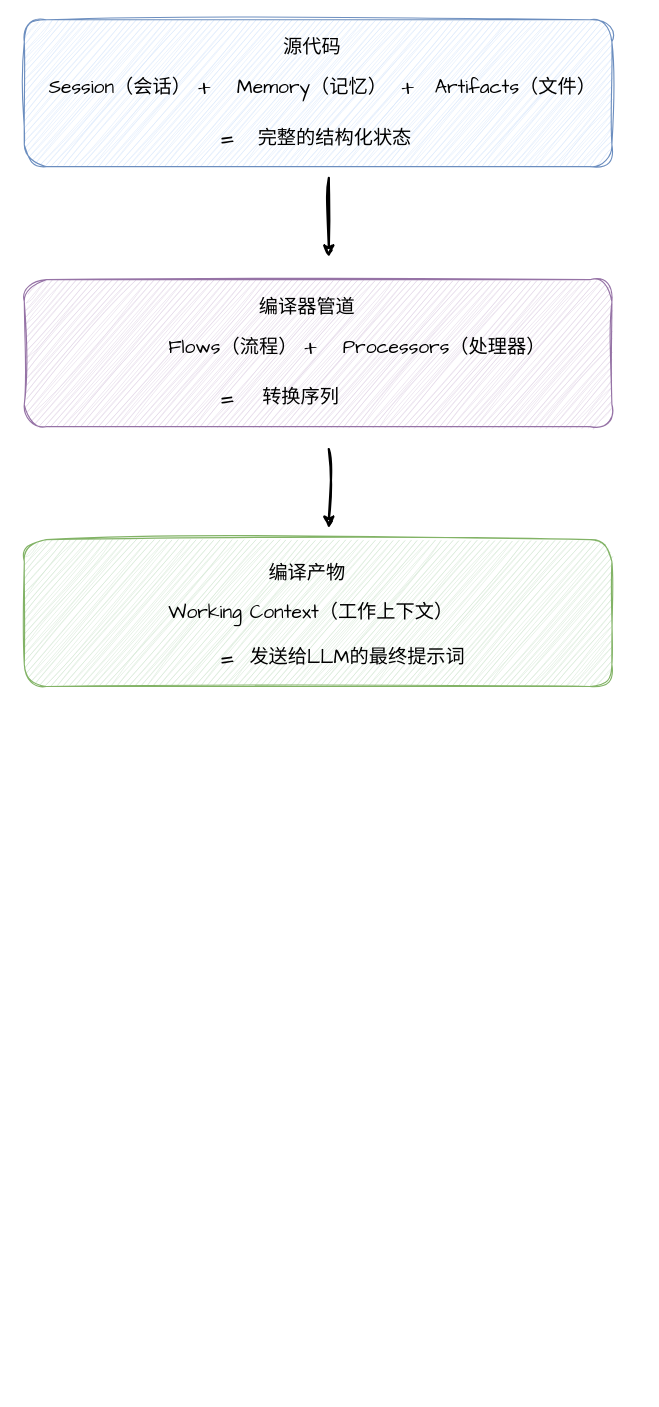
skindhu/9GAG keeps this draw.io diagram as adk.drawio. Above is the earlier version. Source tidied: cells renumbered, new cells numbered last; positions are measured from the earlier drawing's top-left corner, leaving out a move shared by most shapes. Both pictures are drawn from the tidied source at 113%, with x=0, y=0 at pixel (24, 19).
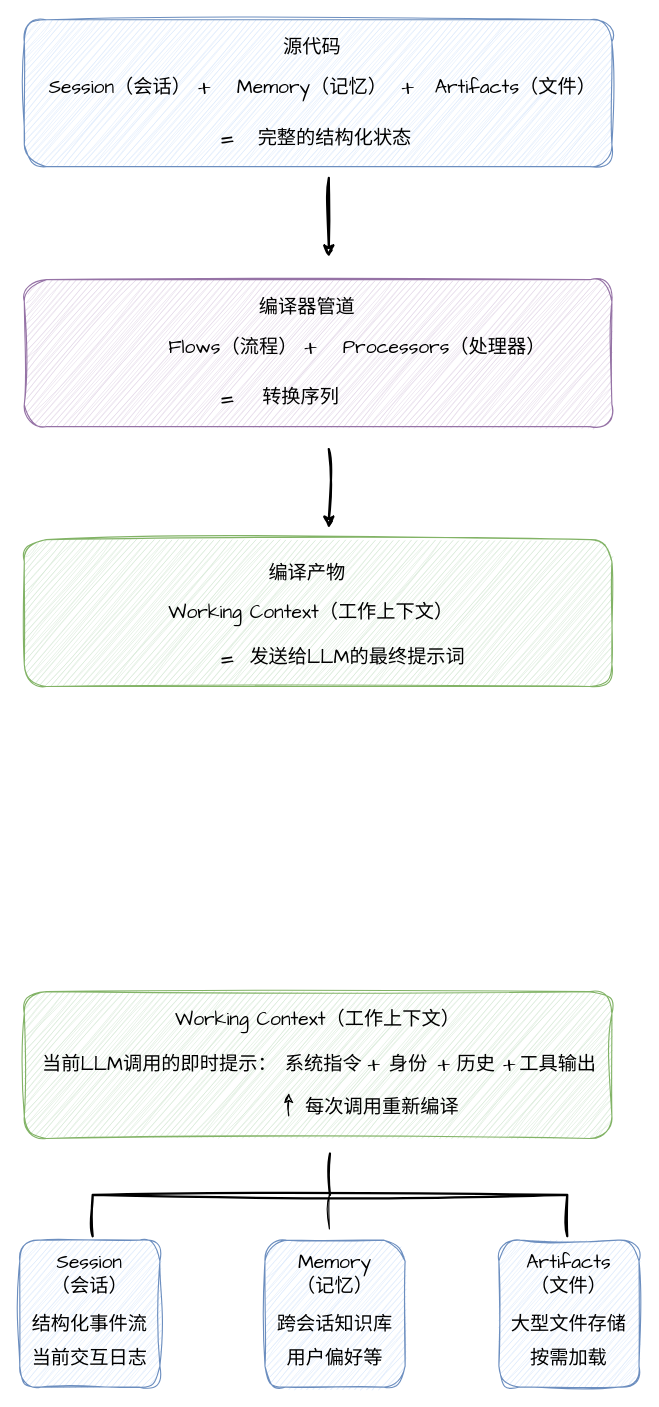
After the change.

What changed in the source:
```diff
@@
+    <mxCell id="25" style="rounded=1;whiteSpace=wrap;html=1;sketch=1;hachureGap=4;jiggle=2;curveFitting=1;fontFamily=Architects Daughter;fillColor=#d5e8d4;strokeColor=#82b366;" parent="1" vertex="1">
+      <mxGeometry y="860" width="520" height="130" as="geometry" />
+    </mxCell>
+    <mxCell id="26" value="Working Context（工作上下文）" style="text;html=1;whiteSpace=wrap;strokeColor=none;fillColor=none;align=center;verticalAlign=middle;rounded=0;fontFamily=Architects Daughter;fontSize=17;" parent="1" vertex="1">
+      <mxGeometry x="122" y="870" width="276" height="30" as="geometry" />
+    </mxCell>
+    <mxCell id="27" value="当前LLM调用的即时提示：" style="text;html=1;whiteSpace=wrap;strokeColor=none;fillColor=none;align=center;verticalAlign=middle;rounded=0;fontFamily=Architects Daughter;fontSize=17;" parent="1" vertex="1">
+      <mxGeometry x="15" y="910" width="210" height="30" as="geometry" />
+    </mxCell>
+    <mxCell id="28" value="系统指令" style="text;html=1;whiteSpace=wrap;strokeColor=none;fillColor=none;align=center;verticalAlign=middle;rounded=0;fontFamily=Architects Daughter;fontSize=17;" parent="1" vertex="1">
+      <mxGeometry x="225" y="910" width="80" height="30" as="geometry" />
+    </mxCell>
+    <mxCell id="29" value="+" style="text;html=1;whiteSpace=wrap;strokeColor=none;fillColor=none;align=center;verticalAlign=middle;rounded=0;fontFamily=Architects Daughter;fontSize=22;" parent="1" vertex="1">
+      <mxGeometry x="290" y="910" width="40" height="30" as="geometry" />
+    </mxCell>
+    <mxCell id="30" value="身份" style="text;html=1;whiteSpace=wrap;strokeColor=none;fillColor=none;align=center;verticalAlign=middle;rounded=0;fontFamily=Architects Daughter;fontSize=17;" parent="1" vertex="1">
+      <mxGeometry x="320" y="910" width="40" height="30" as="geometry" />
+    </mxCell>
+    <mxCell id="31" value="+" style="text;html=1;whiteSpace=wrap;strokeColor=none;fillColor=none;align=center;verticalAlign=middle;rounded=0;fontFamily=Architects Daughter;fontSize=22;" parent="1" vertex="1">
+      <mxGeometry x="352" y="910" width="40" height="30" as="geometry" />
+    </mxCell>
+    <mxCell id="32" value="历史" style="text;html=1;whiteSpace=wrap;strokeColor=none;fillColor=none;align=center;verticalAlign=middle;rounded=0;fontFamily=Architects Daughter;fontSize=17;" parent="1" vertex="1">
+      <mxGeometry x="380" y="910" width="40" height="30" as="geometry" />
+    </mxCell>
+    <mxCell id="33" value="+" style="text;html=1;whiteSpace=wrap;strokeColor=none;fillColor=none;align=center;verticalAlign=middle;rounded=0;fontFamily=Architects Daughter;fontSize=22;" parent="1" vertex="1">
+      <mxGeometry x="410" y="910" width="40" height="30" as="geometry" />
+    </mxCell>
+    <mxCell id="34" value="工具输出" style="text;html=1;whiteSpace=wrap;strokeColor=none;fillColor=none;align=center;verticalAlign=middle;rounded=0;fontFamily=Architects Daughter;fontSize=17;" parent="1" vertex="1">
+      <mxGeometry x="430" y="910" width="85" height="30" as="geometry" />
+    </mxCell>
+    <mxCell id="35" style="endArrow=classic;html=1;rounded=0;sketch=1;hachureGap=4;jiggle=2;curveFitting=1;fontFamily=Architects Daughter;" parent="1" edge="1">
+      <mxGeometry relative="1" as="geometry">
+        <mxPoint x="234" y="970" as="sourcePoint" />
+        <mxPoint x="234" y="950" as="targetPoint" />
+      </mxGeometry>
+    </mxCell>
+    <mxCell id="36" value="每次调用重新编译" style="text;html=1;whiteSpace=wrap;strokeColor=none;fillColor=none;align=center;verticalAlign=middle;rounded=0;fontFamily=Architects Daughter;fontSize=17;" parent="1" vertex="1">
+      <mxGeometry x="242" y="948" width="150" height="30" as="geometry" />
+    </mxCell>
+    <mxCell id="37" style="rounded=1;whiteSpace=wrap;html=1;sketch=1;hachureGap=4;jiggle=2;curveFitting=1;fontFamily=Architects Daughter;fillColor=#dae8fc;strokeColor=#6c8ebf;" parent="1" vertex="1">
+      <mxGeometry x="-4" y="1080" width="124" height="130" as="geometry" />
+    </mxCell>
+    <mxCell id="38" value="Session&lt;div&gt;（会话）&lt;/div&gt;" style="text;html=1;whiteSpace=wrap;strokeColor=none;fillColor=none;align=center;verticalAlign=middle;rounded=0;fontFamily=Architects Daughter;fontSize=17;" parent="1" vertex="1">
+      <mxGeometry x="13" y="1080" width="90" height="60" as="geometry" />
+    </mxCell>
+    <mxCell id="39" value="结构化事件流" style="text;html=1;whiteSpace=wrap;strokeColor=none;fillColor=none;align=center;verticalAlign=middle;rounded=0;fontFamily=Architects Daughter;fontSize=17;" parent="1" vertex="1">
+      <mxGeometry x="3" y="1140" width="110" height="30" as="geometry" />
+    </mxCell>
+    <mxCell id="40" value="当前交互日志" style="text;html=1;whiteSpace=wrap;strokeColor=none;fillColor=none;align=center;verticalAlign=middle;rounded=0;fontFamily=Architects Daughter;fontSize=17;" parent="1" vertex="1">
+      <mxGeometry x="3" y="1170" width="110" height="30" as="geometry" />
+    </mxCell>
+    <mxCell id="41" style="rounded=1;whiteSpace=wrap;html=1;sketch=1;hachureGap=4;jiggle=2;curveFitting=1;fontFamily=Architects Daughter;fillColor=#dae8fc;strokeColor=#6c8ebf;" parent="1" vertex="1">
+      <mxGeometry x="213" y="1080" width="124" height="130" as="geometry" />
+    </mxCell>
+    <mxCell id="42" value="Memory&lt;div&gt;（记忆）&lt;/div&gt;" style="text;html=1;whiteSpace=wrap;strokeColor=none;fillColor=none;align=center;verticalAlign=middle;rounded=0;fontFamily=Architects Daughter;fontSize=17;" parent="1" vertex="1">
+      <mxGeometry x="230" y="1080" width="90" height="60" as="geometry" />
+    </mxCell>
+    <mxCell id="43" value="跨会话知识库" style="text;html=1;whiteSpace=wrap;strokeColor=none;fillColor=none;align=center;verticalAlign=middle;rounded=0;fontFamily=Architects Daughter;fontSize=17;" parent="1" vertex="1">
+      <mxGeometry x="220" y="1140" width="110" height="30" as="geometry" />
+    </mxCell>
+    <mxCell id="44" value="用户偏好等" style="text;html=1;whiteSpace=wrap;strokeColor=none;fillColor=none;align=center;verticalAlign=middle;rounded=0;fontFamily=Architects Daughter;fontSize=17;" parent="1" vertex="1">
+      <mxGeometry x="220" y="1170" width="110" height="30" as="geometry" />
+    </mxCell>
+    <mxCell id="45" style="rounded=1;whiteSpace=wrap;html=1;sketch=1;hachureGap=4;jiggle=2;curveFitting=1;fontFamily=Architects Daughter;fillColor=#dae8fc;strokeColor=#6c8ebf;" parent="1" vertex="1">
+      <mxGeometry x="420" y="1080" width="124" height="130" as="geometry" />
+    </mxCell>
+    <mxCell id="46" value="Artifacts&lt;br&gt;&lt;div&gt;（文件）&lt;/div&gt;" style="text;html=1;whiteSpace=wrap;strokeColor=none;fillColor=none;align=center;verticalAlign=middle;rounded=0;fontFamily=Architects Daughter;fontSize=17;" parent="1" vertex="1">
+      <mxGeometry x="437" y="1080" width="90" height="60" as="geometry" />
+    </mxCell>
+    <mxCell id="47" value="大型文件存储" style="text;html=1;whiteSpace=wrap;strokeColor=none;fillColor=none;align=center;verticalAlign=middle;rounded=0;fontFamily=Architects Daughter;fontSize=17;" parent="1" vertex="1">
+      <mxGeometry x="427" y="1140" width="110" height="30" as="geometry" />
+    </mxCell>
+    <mxCell id="48" value="按需加载" style="text;html=1;whiteSpace=wrap;strokeColor=none;fillColor=none;align=center;verticalAlign=middle;rounded=0;fontFamily=Architects Daughter;fontSize=17;" parent="1" vertex="1">
+      <mxGeometry x="427" y="1170" width="110" height="30" as="geometry" />
+    </mxCell>
+    <mxCell id="49" style="strokeWidth=2;html=1;shape=mxgraph.flowchart.annotation_2;align=left;labelPosition=right;sketch=1;hachureGap=4;jiggle=2;curveFitting=1;fontFamily=Architects Daughter;rotation=90;" parent="1" vertex="1">
+      <mxGeometry x="234" y="830" width="73" height="420" as="geometry" />
+    </mxCell>
+    <mxCell id="50" style="endArrow=none;html=1;rounded=0;sketch=1;hachureGap=4;jiggle=2;curveFitting=1;fontFamily=Architects Daughter;" parent="1" edge="1">
+      <mxGeometry relative="1" as="geometry">
+        <mxPoint x="270" y="1040" as="sourcePoint" />
+        <mxPoint x="270" y="1070" as="targetPoint" />
+      </mxGeometry>
+    </mxCell>
```
